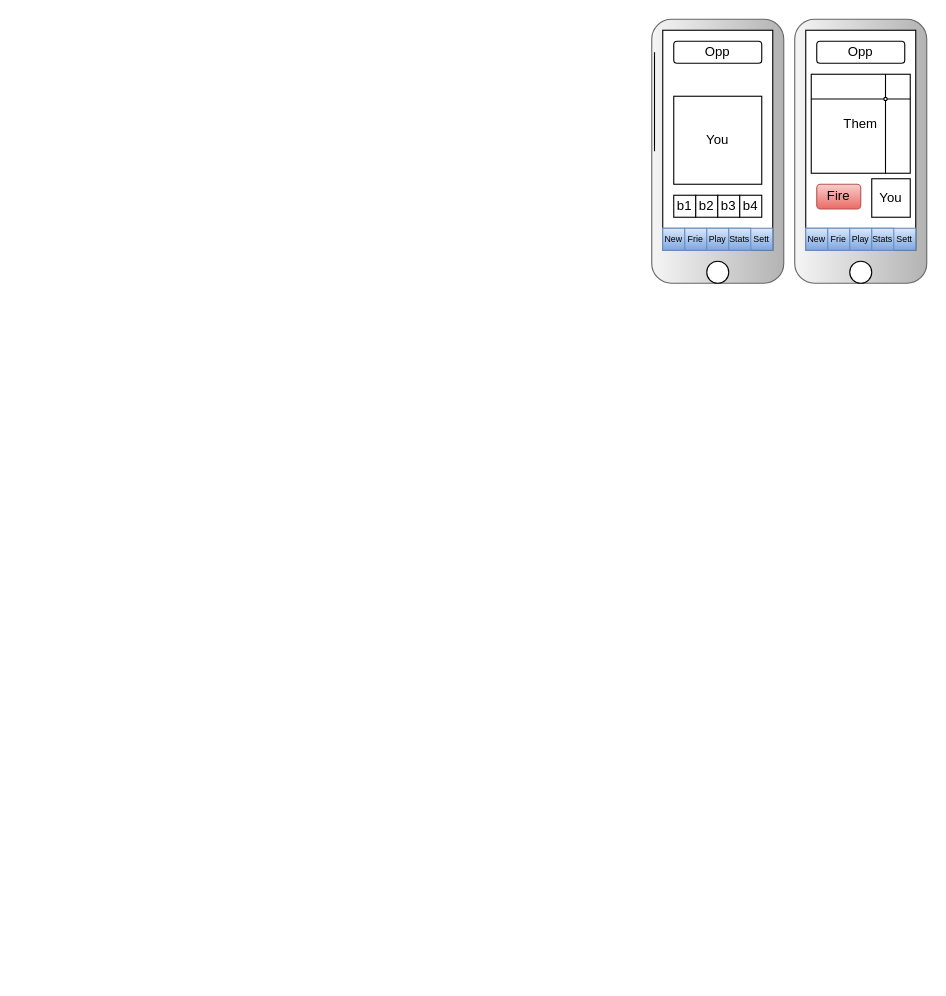
Before: Battleship.drawio in Zorkyx22/hustler, a draw.io diagram. Source tidied: cells renumbered, new cells numbered last; positions are measured from the earlier drawing's top-left corner, leaving out a move shared by most shapes. Both pictures are drawn from the tidied source at 110%, with x=0, y=0 at pixel (585, 19).
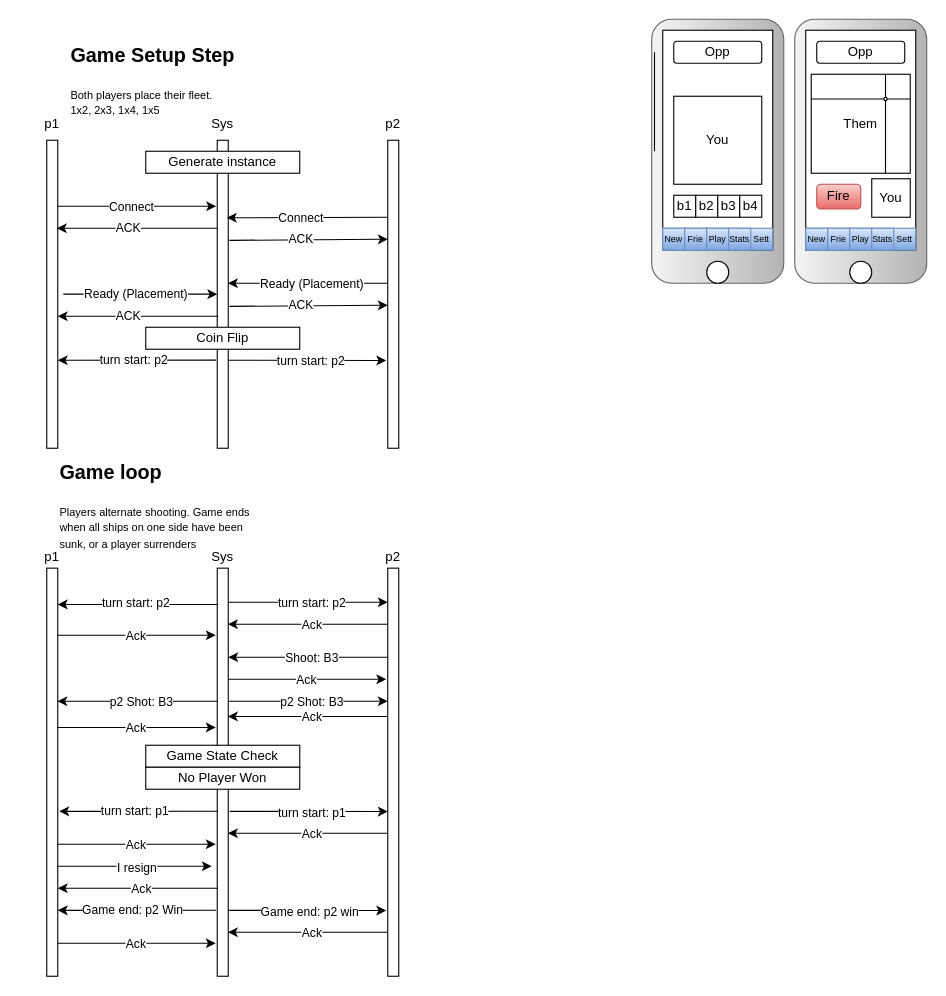
The same diagram, later.

Commit message:
Added Basic Sequences

What changed in the source:
```diff
@@
+    <mxCell id="44" style="rounded=0;whiteSpace=wrap;html=1;" parent="1" vertex="1">
+      <mxGeometry x="-490" y="110" width="10" height="280" as="geometry" />
+    </mxCell>
+    <mxCell id="45" style="rounded=0;whiteSpace=wrap;html=1;" parent="1" vertex="1">
+      <mxGeometry x="-335" y="110" width="10" height="280" as="geometry" />
+    </mxCell>
+    <mxCell id="46" style="rounded=0;whiteSpace=wrap;html=1;" parent="1" vertex="1">
+      <mxGeometry x="-180" y="110" width="10" height="280" as="geometry" />
+    </mxCell>
+    <mxCell id="47" value="p1" style="text;html=1;align=center;verticalAlign=middle;whiteSpace=wrap;rounded=0;" parent="1" vertex="1">
+      <mxGeometry x="-515" y="80" width="60" height="30" as="geometry" />
+    </mxCell>
+    <mxCell id="48" value="Sys" style="text;html=1;align=center;verticalAlign=middle;whiteSpace=wrap;rounded=0;" parent="1" vertex="1">
+      <mxGeometry x="-360" y="80" width="60" height="30" as="geometry" />
+    </mxCell>
+    <mxCell id="49" value="p2" style="text;html=1;align=center;verticalAlign=middle;whiteSpace=wrap;rounded=0;" parent="1" vertex="1">
+      <mxGeometry x="-205" y="80" width="60" height="30" as="geometry" />
+    </mxCell>
+    <mxCell id="50" value="&lt;h1 style=&quot;margin-top: 0px;&quot;&gt;&lt;font style=&quot;font-size: 18px;&quot;&gt;Game Setup Step&lt;/font&gt;&lt;/h1&gt;&lt;p&gt;&lt;font style=&quot;font-size: 10px;&quot;&gt;Both players place their fleet.&lt;br&gt;1x2, 2x3, 1x4, 1x5&lt;/font&gt;&lt;/p&gt;" style="text;html=1;whiteSpace=wrap;overflow=hidden;rounded=0;" parent="1" vertex="1">
+      <mxGeometry x="-470" y="10" width="220" height="80" as="geometry" />
+    </mxCell>
+    <mxCell id="51" style="endArrow=classic;html=1;rounded=0;exitX=1;exitY=0.25;exitDx=0;exitDy=0;" parent="1" edge="1">
+      <mxGeometry relative="1" as="geometry">
+        <mxPoint x="-480" y="170" as="sourcePoint" />
+        <mxPoint x="-336" y="170" as="targetPoint" />
+      </mxGeometry>
+    </mxCell>
+    <mxCell id="52" value="Connect" style="edgeLabel;html=1;align=center;verticalAlign=middle;" parent="51" vertex="1">
+      <mxGeometry x="-0.09" relative="1" as="geometry" />
+    </mxCell>
+    <mxCell id="53" style="endArrow=classic;html=1;rounded=0;entryX=0.837;entryY=0.037;entryDx=0;entryDy=0;entryPerimeter=0;exitX=-0.032;exitY=0.035;exitDx=0;exitDy=0;exitPerimeter=0;" parent="1" edge="1">
+      <mxGeometry relative="1" as="geometry">
+        <mxPoint x="-180" y="180" as="sourcePoint" />
+        <mxPoint x="-326.3" y="180.5" as="targetPoint" />
+      </mxGeometry>
+    </mxCell>
+    <mxCell id="54" value="Connect" style="edgeLabel;html=1;align=center;verticalAlign=middle;" parent="53" vertex="1">
+      <mxGeometry x="0.24" y="1" relative="1" as="geometry">
+        <mxPoint x="11" y="-1" as="offset" />
+      </mxGeometry>
+    </mxCell>
+    <mxCell id="55" style="endArrow=classic;html=1;rounded=0;exitX=-0.005;exitY=0.101;exitDx=0;exitDy=0;exitPerimeter=0;entryX=0.916;entryY=0.101;entryDx=0;entryDy=0;entryPerimeter=0;" parent="1" edge="1">
+      <mxGeometry relative="1" as="geometry">
+        <mxPoint x="-335" y="190" as="sourcePoint" />
+        <mxPoint x="-480.8" y="190" as="targetPoint" />
+      </mxGeometry>
+    </mxCell>
+    <mxCell id="56" value="ACK" style="edgeLabel;html=1;align=center;verticalAlign=middle;" parent="55" vertex="1">
+      <mxGeometry x="0.12" y="-1" relative="1" as="geometry" />
+    </mxCell>
+    <mxCell id="57" style="endArrow=classic;html=1;rounded=0;entryX=-0.111;entryY=0.039;entryDx=0;entryDy=0;entryPerimeter=0;" parent="1" edge="1">
+      <mxGeometry relative="1" as="geometry">
+        <mxPoint x="-324" y="201" as="sourcePoint" />
+        <mxPoint x="-180" y="200" as="targetPoint" />
+      </mxGeometry>
+    </mxCell>
+    <mxCell id="58" value="ACK" style="edgeLabel;html=1;align=center;verticalAlign=middle;" parent="57" vertex="1">
+      <mxGeometry x="-0.09" relative="1" as="geometry">
+        <mxPoint x="-1" y="-1" as="offset" />
+      </mxGeometry>
+    </mxCell>
+    <mxCell id="59" style="endArrow=classic;html=1;rounded=0;exitX=-0.032;exitY=0.316;exitDx=0;exitDy=0;exitPerimeter=0;entryX=0.942;entryY=0.316;entryDx=0;entryDy=0;entryPerimeter=0;" parent="1" edge="1">
+      <mxGeometry relative="1" as="geometry">
+        <mxPoint x="-180" y="240" as="sourcePoint" />
+        <mxPoint x="-325.3" y="240" as="targetPoint" />
+      </mxGeometry>
+    </mxCell>
+    <mxCell id="60" value="Ready (Placement)" style="edgeLabel;html=1;align=center;verticalAlign=middle;" parent="59" vertex="1">
+      <mxGeometry y="2" relative="1" as="geometry">
+        <mxPoint x="3" y="-2" as="offset" />
+      </mxGeometry>
+    </mxCell>
+    <mxCell id="61" style="endArrow=classic;html=1;rounded=0;" parent="1" edge="1">
+      <mxGeometry relative="1" as="geometry">
+        <mxPoint x="-475" y="249.9" as="sourcePoint" />
+        <mxPoint x="-335" y="249.9" as="targetPoint" />
+      </mxGeometry>
+    </mxCell>
+    <mxCell id="62" value="Ready (Placement)" style="edgeLabel;html=1;align=center;verticalAlign=middle;" parent="61" vertex="1">
+      <mxGeometry x="-0.24" relative="1" as="geometry">
+        <mxPoint x="12" as="offset" />
+      </mxGeometry>
+    </mxCell>
+    <mxCell id="63" value="Coin Flip" style="rounded=0;whiteSpace=wrap;html=1;" parent="1" vertex="1">
+      <mxGeometry x="-400" y="280" width="140" height="20" as="geometry" />
+    </mxCell>
+    <mxCell id="64" style="endArrow=classic;html=1;rounded=0;entryX=0.942;entryY=0.316;entryDx=0;entryDy=0;entryPerimeter=0;exitX=-0.109;exitY=0.714;exitDx=0;exitDy=0;exitPerimeter=0;" parent="1" edge="1" source="45">
+      <mxGeometry relative="1" as="geometry">
+        <mxPoint x="-480" y="310" as="targetPoint" />
+      </mxGeometry>
+    </mxCell>
+    <mxCell id="65" value="turn start: p2" style="edgeLabel;html=1;align=center;verticalAlign=middle;" parent="64" vertex="1">
+      <mxGeometry x="0.04" y="1" relative="1" as="geometry">
+        <mxPoint y="-1" as="offset" />
+      </mxGeometry>
+    </mxCell>
+    <mxCell id="66" style="endArrow=classic;html=1;rounded=0;entryX=-0.135;entryY=0.715;entryDx=0;entryDy=0;entryPerimeter=0;" parent="1" edge="1" target="46">
+      <mxGeometry relative="1" as="geometry">
+        <mxPoint x="-325" y="310" as="sourcePoint" />
+      </mxGeometry>
+    </mxCell>
+    <mxCell id="67" value="turn start: p2" style="edgeLabel;html=1;align=center;verticalAlign=middle;" parent="66" vertex="1">
+      <mxGeometry x="0.01" relative="1" as="geometry">
+        <mxPoint x="2" as="offset" />
+      </mxGeometry>
+    </mxCell>
+    <mxCell id="68" value="Generate instance" style="rounded=0;whiteSpace=wrap;html=1;" parent="1" vertex="1">
+      <mxGeometry x="-400" y="120" width="140" height="20" as="geometry" />
+    </mxCell>
+    <mxCell id="69" value="&lt;h1 style=&quot;margin-top: 0px;&quot;&gt;&lt;font style=&quot;font-size: 18px;&quot;&gt;Game loop&lt;/font&gt;&lt;/h1&gt;&lt;p&gt;&lt;font style=&quot;font-size: 10px;&quot;&gt;Players alternate shooting. Game ends when all ships on one side have been sunk, or a player surrenders&lt;/font&gt;&lt;/p&gt;" style="text;html=1;whiteSpace=wrap;overflow=hidden;rounded=0;" parent="1" vertex="1">
+      <mxGeometry x="-480" y="389" width="180" height="100" as="geometry" />
+    </mxCell>
+    <mxCell id="70" style="rounded=0;whiteSpace=wrap;html=1;" parent="1" vertex="1">
+      <mxGeometry x="-490" y="499" width="10" height="371" as="geometry" />
+    </mxCell>
+    <mxCell id="71" style="rounded=0;whiteSpace=wrap;html=1;" parent="1" vertex="1">
+      <mxGeometry x="-335" y="499" width="10" height="371" as="geometry" />
+    </mxCell>
+    <mxCell id="72" style="rounded=0;whiteSpace=wrap;html=1;" parent="1" vertex="1">
+      <mxGeometry x="-180" y="499" width="10" height="371" as="geometry" />
+    </mxCell>
+    <mxCell id="73" style="endArrow=classic;html=1;rounded=0;exitX=-0.032;exitY=0.316;exitDx=0;exitDy=0;exitPerimeter=0;entryX=0.942;entryY=0.316;entryDx=0;entryDy=0;entryPerimeter=0;" parent="1" edge="1">
+      <mxGeometry relative="1" as="geometry">
+        <mxPoint x="-180" y="550" as="sourcePoint" />
+        <mxPoint x="-325.3" y="550" as="targetPoint" />
+      </mxGeometry>
+    </mxCell>
+    <mxCell id="74" value="Ack" style="edgeLabel;html=1;align=center;verticalAlign=middle;" parent="73" vertex="1">
+      <mxGeometry x="0.07" relative="1" as="geometry">
+        <mxPoint x="8" as="offset" />
+      </mxGeometry>
+    </mxCell>
+    <mxCell id="75" style="endArrow=classic;html=1;rounded=0;" parent="1" edge="1">
+      <mxGeometry relative="1" as="geometry">
+        <mxPoint x="-325" y="530" as="sourcePoint" />
+        <mxPoint x="-180" y="530" as="targetPoint" />
+      </mxGeometry>
+    </mxCell>
+    <mxCell id="76" value="turn start: p2" style="edgeLabel;html=1;align=center;verticalAlign=middle;" parent="75" vertex="1">
+      <mxGeometry x="0.08" y="-2" relative="1" as="geometry">
+        <mxPoint x="-3" y="-2" as="offset" />
+      </mxGeometry>
+    </mxCell>
+    <mxCell id="77" style="endArrow=classic;html=1;rounded=0;entryX=0.942;entryY=0.316;entryDx=0;entryDy=0;entryPerimeter=0;exitX=-0.109;exitY=0.714;exitDx=0;exitDy=0;exitPerimeter=0;" parent="1" edge="1">
+      <mxGeometry relative="1" as="geometry">
+        <mxPoint x="-334.7" y="720" as="sourcePoint" />
+        <mxPoint x="-478.6" y="720.1" as="targetPoint" />
+      </mxGeometry>
+    </mxCell>
+    <mxCell id="78" value="turn start: p1" style="edgeLabel;html=1;align=center;verticalAlign=middle;" parent="77" vertex="1">
+      <mxGeometry x="-0.2" y="-1" relative="1" as="geometry">
+        <mxPoint x="-18" as="offset" />
+      </mxGeometry>
+    </mxCell>
+    <mxCell id="79" style="endArrow=classic;html=1;rounded=0;entryX=-0.135;entryY=0.715;entryDx=0;entryDy=0;entryPerimeter=0;" parent="1" edge="1">
+      <mxGeometry relative="1" as="geometry">
+        <mxPoint x="-323.6" y="720.1" as="sourcePoint" />
+        <mxPoint x="-180" y="720.3" as="targetPoint" />
+      </mxGeometry>
+    </mxCell>
+    <mxCell id="80" value="turn start: p1" style="edgeLabel;html=1;align=center;verticalAlign=middle;" parent="79" vertex="1">
+      <mxGeometry x="-0.03" y="-1" relative="1" as="geometry">
+        <mxPoint x="4" as="offset" />
+      </mxGeometry>
+    </mxCell>
+    <mxCell id="81" value="p1" style="text;html=1;align=center;verticalAlign=middle;whiteSpace=wrap;rounded=0;" parent="1" vertex="1">
+      <mxGeometry x="-515" y="474" width="60" height="30" as="geometry" />
+    </mxCell>
+    <mxCell id="82" value="Sys" style="text;html=1;align=center;verticalAlign=middle;whiteSpace=wrap;rounded=0;" parent="1" vertex="1">
+      <mxGeometry x="-360" y="474" width="60" height="30" as="geometry" />
+    </mxCell>
+    <mxCell id="83" value="p2" style="text;html=1;align=center;verticalAlign=middle;whiteSpace=wrap;rounded=0;" parent="1" vertex="1">
+      <mxGeometry x="-205" y="474" width="60" height="30" as="geometry" />
+    </mxCell>
+    <mxCell id="84" style="endArrow=classic;html=1;rounded=0;" parent="1" edge="1">
+      <mxGeometry relative="1" as="geometry">
+        <mxPoint x="-335" y="532" as="sourcePoint" />
+        <mxPoint x="-480" y="532" as="targetPoint" />
+      </mxGeometry>
+    </mxCell>
+    <mxCell id="85" value="turn start: p2" style="edgeLabel;html=1;align=center;verticalAlign=middle;" parent="84" vertex="1">
+      <mxGeometry x="0.08" y="-2" relative="1" as="geometry">
+        <mxPoint x="3" as="offset" />
+      </mxGeometry>
+    </mxCell>
+    <mxCell id="86" style="endArrow=classic;html=1;rounded=0;exitX=1.027;exitY=0.179;exitDx=0;exitDy=0;exitPerimeter=0;entryX=-0.109;entryY=0.179;entryDx=0;entryDy=0;entryPerimeter=0;" parent="1" edge="1">
+      <mxGeometry relative="1" as="geometry">
+        <mxPoint x="-480" y="560" as="sourcePoint" />
+        <mxPoint x="-336.4" y="560" as="targetPoint" />
+      </mxGeometry>
+    </mxCell>
+    <mxCell id="87" value="Ack" style="edgeLabel;html=1;align=center;verticalAlign=middle;" parent="86" vertex="1">
+      <mxGeometry x="0.07" relative="1" as="geometry">
+        <mxPoint x="-7" as="offset" />
+      </mxGeometry>
+    </mxCell>
+    <mxCell id="88" style="endArrow=classic;html=1;rounded=0;exitX=-0.032;exitY=0.316;exitDx=0;exitDy=0;exitPerimeter=0;entryX=0.942;entryY=0.316;entryDx=0;entryDy=0;entryPerimeter=0;" parent="1" edge="1">
+      <mxGeometry relative="1" as="geometry">
+        <mxPoint x="-179.7" y="580" as="sourcePoint" />
+        <mxPoint x="-325" y="580" as="targetPoint" />
+      </mxGeometry>
+    </mxCell>
+    <mxCell id="89" value="Shoot: B3" style="edgeLabel;html=1;align=center;verticalAlign=middle;" parent="88" vertex="1">
+      <mxGeometry x="0.07" relative="1" as="geometry">
+        <mxPoint x="8" as="offset" />
+      </mxGeometry>
+    </mxCell>
+    <mxCell id="90" style="endArrow=classic;html=1;rounded=0;entryX=-0.111;entryY=0.039;entryDx=0;entryDy=0;entryPerimeter=0;" parent="1" edge="1">
+      <mxGeometry relative="1" as="geometry">
+        <mxPoint x="-324" y="261" as="sourcePoint" />
+        <mxPoint x="-180" y="260" as="targetPoint" />
+      </mxGeometry>
+    </mxCell>
+    <mxCell id="91" value="ACK" style="edgeLabel;html=1;align=center;verticalAlign=middle;" parent="90" vertex="1">
+      <mxGeometry x="-0.09" relative="1" as="geometry">
+        <mxPoint x="-1" y="-1" as="offset" />
+      </mxGeometry>
+    </mxCell>
+    <mxCell id="92" style="endArrow=classic;html=1;rounded=0;exitX=-0.005;exitY=0.101;exitDx=0;exitDy=0;exitPerimeter=0;entryX=0.916;entryY=0.101;entryDx=0;entryDy=0;entryPerimeter=0;" parent="1" edge="1">
+      <mxGeometry relative="1" as="geometry">
+        <mxPoint x="-334.2" y="270" as="sourcePoint" />
+        <mxPoint x="-480" y="270" as="targetPoint" />
+      </mxGeometry>
+    </mxCell>
+    <mxCell id="93" value="ACK" style="edgeLabel;html=1;align=center;verticalAlign=middle;" parent="92" vertex="1">
+      <mxGeometry x="0.12" y="-1" relative="1" as="geometry" />
+    </mxCell>
+    <mxCell id="94" style="endArrow=classic;html=1;rounded=0;exitX=1.027;exitY=0.179;exitDx=0;exitDy=0;exitPerimeter=0;entryX=-0.109;entryY=0.179;entryDx=0;entryDy=0;entryPerimeter=0;" parent="1" edge="1">
+      <mxGeometry relative="1" as="geometry">
+        <mxPoint x="-325" y="600" as="sourcePoint" />
+        <mxPoint x="-181.4" y="600" as="targetPoint" />
+      </mxGeometry>
+    </mxCell>
+    <mxCell id="95" value="Ack" style="edgeLabel;html=1;align=center;verticalAlign=middle;" parent="94" vertex="1">
+      <mxGeometry x="0.07" relative="1" as="geometry">
+        <mxPoint x="-7" as="offset" />
+      </mxGeometry>
+    </mxCell>
+    <mxCell id="96" style="endArrow=classic;html=1;rounded=0;exitX=-0.032;exitY=0.316;exitDx=0;exitDy=0;exitPerimeter=0;entryX=0.942;entryY=0.316;entryDx=0;entryDy=0;entryPerimeter=0;" parent="1" edge="1">
+      <mxGeometry relative="1" as="geometry">
+        <mxPoint x="-335" y="620" as="sourcePoint" />
+        <mxPoint x="-480.3" y="620" as="targetPoint" />
+      </mxGeometry>
+    </mxCell>
+    <mxCell id="97" value="p2 Shot: B3" style="edgeLabel;html=1;align=center;verticalAlign=middle;" parent="96" vertex="1">
+      <mxGeometry x="0.07" relative="1" as="geometry">
+        <mxPoint x="8" as="offset" />
+      </mxGeometry>
+    </mxCell>
+    <mxCell id="98" style="endArrow=classic;html=1;rounded=0;" parent="1" edge="1">
+      <mxGeometry relative="1" as="geometry">
+        <mxPoint x="-325" y="620" as="sourcePoint" />
+        <mxPoint x="-180" y="620" as="targetPoint" />
+      </mxGeometry>
+    </mxCell>
+    <mxCell id="99" value="p2 Shot: B3" style="edgeLabel;html=1;align=center;verticalAlign=middle;" parent="98" vertex="1">
+      <mxGeometry x="0.08" y="-2" relative="1" as="geometry">
+        <mxPoint x="-3" y="-2" as="offset" />
+      </mxGeometry>
+    </mxCell>
+    <mxCell id="100" style="endArrow=classic;html=1;rounded=0;exitX=-0.032;exitY=0.316;exitDx=0;exitDy=0;exitPerimeter=0;entryX=0.942;entryY=0.316;entryDx=0;entryDy=0;entryPerimeter=0;" parent="1" edge="1">
+      <mxGeometry relative="1" as="geometry">
+        <mxPoint x="-180" y="633.8" as="sourcePoint" />
+        <mxPoint x="-325.3" y="633.8" as="targetPoint" />
+      </mxGeometry>
+    </mxCell>
+    <mxCell id="101" value="Ack" style="edgeLabel;html=1;align=center;verticalAlign=middle;" parent="100" vertex="1">
+      <mxGeometry x="0.07" relative="1" as="geometry">
+        <mxPoint x="8" as="offset" />
+      </mxGeometry>
+    </mxCell>
+    <mxCell id="102" style="endArrow=classic;html=1;rounded=0;exitX=1.027;exitY=0.179;exitDx=0;exitDy=0;exitPerimeter=0;entryX=-0.109;entryY=0.179;entryDx=0;entryDy=0;entryPerimeter=0;" parent="1" edge="1">
+      <mxGeometry relative="1" as="geometry">
+        <mxPoint x="-480" y="643.8" as="sourcePoint" />
+        <mxPoint x="-336.4" y="643.8" as="targetPoint" />
+      </mxGeometry>
+    </mxCell>
+    <mxCell id="103" value="Ack" style="edgeLabel;html=1;align=center;verticalAlign=middle;" parent="102" vertex="1">
+      <mxGeometry x="0.07" relative="1" as="geometry">
+        <mxPoint x="-7" as="offset" />
+      </mxGeometry>
+    </mxCell>
+    <mxCell id="104" value="Game State Check" style="rounded=0;whiteSpace=wrap;html=1;" parent="1" vertex="1">
+      <mxGeometry x="-400" y="660" width="140" height="20" as="geometry" />
+    </mxCell>
+    <mxCell id="105" value="No Player Won" style="rounded=0;whiteSpace=wrap;html=1;" parent="1" vertex="1">
+      <mxGeometry x="-400" y="680" width="140" height="20" as="geometry" />
+    </mxCell>
+    <mxCell id="106" style="endArrow=classic;html=1;rounded=0;exitX=-0.032;exitY=0.316;exitDx=0;exitDy=0;exitPerimeter=0;entryX=0.942;entryY=0.316;entryDx=0;entryDy=0;entryPerimeter=0;" parent="1" edge="1">
+      <mxGeometry relative="1" as="geometry">
+        <mxPoint x="-180" y="740" as="sourcePoint" />
+        <mxPoint x="-325.3" y="740" as="targetPoint" />
+      </mxGeometry>
+    </mxCell>
+    <mxCell id="107" value="Ack" style="edgeLabel;html=1;align=center;verticalAlign=middle;" parent="106" vertex="1">
+      <mxGeometry x="0.07" relative="1" as="geometry">
+        <mxPoint x="8" as="offset" />
+      </mxGeometry>
+    </mxCell>
+    <mxCell id="108" style="endArrow=classic;html=1;rounded=0;exitX=1.027;exitY=0.179;exitDx=0;exitDy=0;exitPerimeter=0;entryX=-0.109;entryY=0.179;entryDx=0;entryDy=0;entryPerimeter=0;" parent="1" edge="1">
+      <mxGeometry relative="1" as="geometry">
+        <mxPoint x="-480" y="750" as="sourcePoint" />
+        <mxPoint x="-336.4" y="750" as="targetPoint" />
+      </mxGeometry>
+    </mxCell>
+    <mxCell id="109" value="Ack" style="edgeLabel;html=1;align=center;verticalAlign=middle;" parent="108" vertex="1">
+      <mxGeometry x="0.07" relative="1" as="geometry">
+        <mxPoint x="-7" as="offset" />
+      </mxGeometry>
+    </mxCell>
+    <mxCell id="110" style="endArrow=classic;html=1;rounded=0;" parent="1" edge="1">
+      <mxGeometry relative="1" as="geometry">
+        <mxPoint x="-480" y="770" as="sourcePoint" />
+        <mxPoint x="-340" y="770" as="targetPoint" />
+      </mxGeometry>
+    </mxCell>
+    <mxCell id="111" value="I resign" style="edgeLabel;html=1;align=center;verticalAlign=middle;" parent="110" vertex="1">
+      <mxGeometry x="0.01" y="-1" relative="1" as="geometry" />
+    </mxCell>
+    <mxCell id="112" style="endArrow=classic;html=1;rounded=0;exitX=-0.032;exitY=0.316;exitDx=0;exitDy=0;exitPerimeter=0;entryX=0.942;entryY=0.316;entryDx=0;entryDy=0;entryPerimeter=0;" parent="1" edge="1">
+      <mxGeometry relative="1" as="geometry">
+        <mxPoint x="-334.7" y="790" as="sourcePoint" />
+        <mxPoint x="-480" y="790" as="targetPoint" />
+      </mxGeometry>
+    </mxCell>
+    <mxCell id="113" value="Ack" style="edgeLabel;html=1;align=center;verticalAlign=middle;" parent="112" vertex="1">
+      <mxGeometry x="0.07" relative="1" as="geometry">
+        <mxPoint x="8" as="offset" />
+      </mxGeometry>
+    </mxCell>
+    <mxCell id="114" style="endArrow=classic;html=1;rounded=0;entryX=0.942;entryY=0.316;entryDx=0;entryDy=0;entryPerimeter=0;exitX=-0.109;exitY=0.714;exitDx=0;exitDy=0;exitPerimeter=0;" parent="1" edge="1">
+      <mxGeometry relative="1" as="geometry">
+        <mxPoint x="-336.1" y="810" as="sourcePoint" />
+        <mxPoint x="-480" y="810.1" as="targetPoint" />
+      </mxGeometry>
+    </mxCell>
+    <mxCell id="115" value="Game end: p2 Win" style="edgeLabel;html=1;align=center;verticalAlign=middle;" parent="114" vertex="1">
+      <mxGeometry x="-0.2" y="-1" relative="1" as="geometry">
+        <mxPoint x="-18" as="offset" />
+      </mxGeometry>
+    </mxCell>
+    <mxCell id="116" style="endArrow=classic;html=1;rounded=0;entryX=-0.135;entryY=0.715;entryDx=0;entryDy=0;entryPerimeter=0;" parent="1" edge="1">
+      <mxGeometry relative="1" as="geometry">
+        <mxPoint x="-325" y="810.1" as="sourcePoint" />
+        <mxPoint x="-181.4" y="810.3" as="targetPoint" />
+      </mxGeometry>
+    </mxCell>
+    <mxCell id="117" value="Game end: p2 win" style="edgeLabel;html=1;align=center;verticalAlign=middle;" parent="116" vertex="1">
+      <mxGeometry x="-0.03" y="-1" relative="1" as="geometry">
+        <mxPoint x="4" as="offset" />
+      </mxGeometry>
+    </mxCell>
+    <mxCell id="118" style="endArrow=classic;html=1;rounded=0;exitX=-0.032;exitY=0.316;exitDx=0;exitDy=0;exitPerimeter=0;entryX=0.942;entryY=0.316;entryDx=0;entryDy=0;entryPerimeter=0;" parent="1" edge="1">
+      <mxGeometry relative="1" as="geometry">
+        <mxPoint x="-180" y="830" as="sourcePoint" />
+        <mxPoint x="-325.3" y="830" as="targetPoint" />
+      </mxGeometry>
+    </mxCell>
+    <mxCell id="119" value="Ack" style="edgeLabel;html=1;align=center;verticalAlign=middle;" parent="118" vertex="1">
+      <mxGeometry x="0.07" relative="1" as="geometry">
+        <mxPoint x="8" as="offset" />
+      </mxGeometry>
+    </mxCell>
+    <mxCell id="120" style="endArrow=classic;html=1;rounded=0;exitX=1.027;exitY=0.179;exitDx=0;exitDy=0;exitPerimeter=0;entryX=-0.109;entryY=0.179;entryDx=0;entryDy=0;entryPerimeter=0;" parent="1" edge="1">
+      <mxGeometry relative="1" as="geometry">
+        <mxPoint x="-480" y="840" as="sourcePoint" />
+        <mxPoint x="-336.4" y="840" as="targetPoint" />
+      </mxGeometry>
+    </mxCell>
+    <mxCell id="121" value="Ack" style="edgeLabel;html=1;align=center;verticalAlign=middle;" parent="120" vertex="1">
+      <mxGeometry x="0.07" relative="1" as="geometry">
+        <mxPoint x="-7" as="offset" />
+      </mxGeometry>
+    </mxCell>
```
